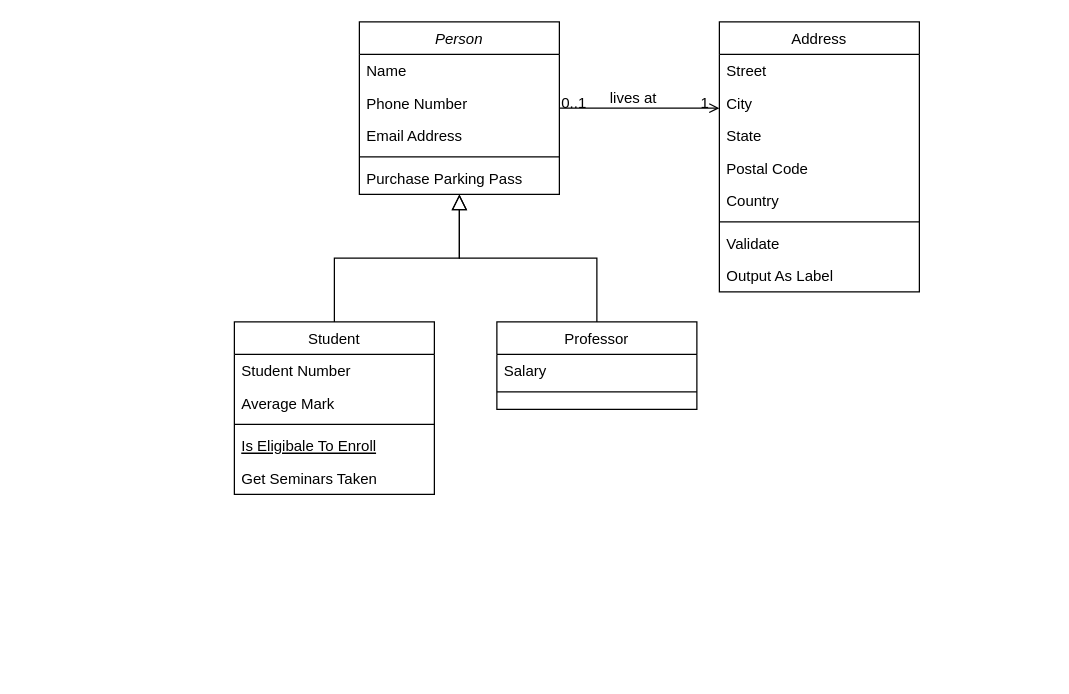
Earlier version of the draw.io diagram Untitled Diagram.drawio (ElyesECE/CarRental). Source tidied: cells renumbered, new cells numbered last; positions are measured from the earlier drawing's top-left corner, leaving out a move shared by most shapes. Both pictures are drawn from the tidied source at 125%, with x=0, y=0 at pixel (234, 21).
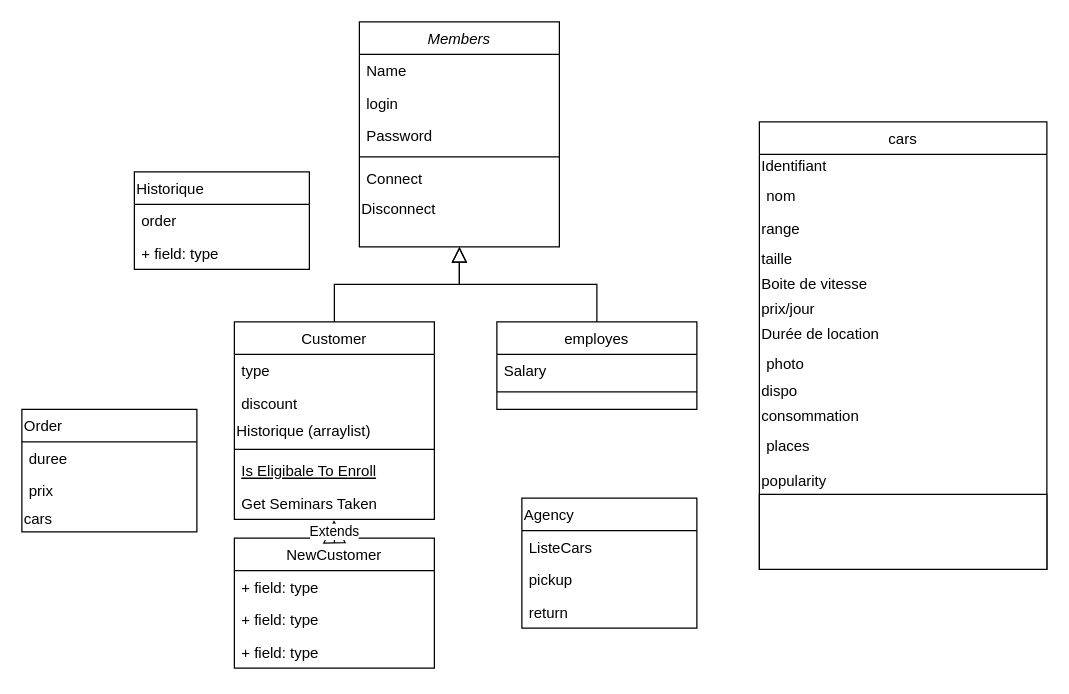
The same page after the edit.

Change to the diagram source:
```diff
@@
-    <mxCell id="2" value="Person" style="swimlane;fontStyle=2;align=center;verticalAlign=top;horizontal=1;startSize=26;rounded=0;shadow=0;strokeWidth=1;" parent="1" vertex="1">
-      <mxGeometry x="100" width="160" height="138" as="geometry" />
+    <mxCell id="2" value="Members" style="swimlane;fontStyle=2;align=center;verticalAlign=top;horizontal=1;startSize=26;rounded=0;shadow=0;strokeWidth=1;" parent="1" vertex="1">
+      <mxGeometry x="100" width="160" height="180" as="geometry" />
     </mxCell>
@@
-    <mxCell id="4" value="Phone Number" style="text;align=left;verticalAlign=top;spacingLeft=4;spacingRight=4;overflow=hidden;rounded=0;shadow=0;html=0;" parent="2" vertex="1">
+    <mxCell id="4" value="login" style="text;align=left;verticalAlign=top;spacingLeft=4;spacingRight=4;overflow=hidden;rounded=0;shadow=0;html=0;" parent="2" vertex="1">
       <mxGeometry y="52" width="160" height="26" as="geometry" />
     </mxCell>
-    <mxCell id="5" value="Email Address" style="text;align=left;verticalAlign=top;spacingLeft=4;spacingRight=4;overflow=hidden;rounded=0;shadow=0;html=0;" parent="2" vertex="1">
+    <mxCell id="5" value="Password" style="text;align=left;verticalAlign=top;spacingLeft=4;spacingRight=4;overflow=hidden;rounded=0;shadow=0;html=0;" parent="2" vertex="1">
       <mxGeometry y="78" width="160" height="26" as="geometry" />
     </mxCell>
@@
-    <mxCell id="7" value="Purchase Parking Pass" style="text;align=left;verticalAlign=top;spacingLeft=4;spacingRight=4;overflow=hidden;" parent="2" vertex="1">
-      <mxGeometry y="112" width="160" height="26" as="geometry" />
+    <mxCell id="7" value="Connect&#10;" style="text;align=left;verticalAlign=top;spacingLeft=4;spacingRight=4;overflow=hidden;" parent="2" vertex="1">
+      <mxGeometry y="112" width="160" height="28" as="geometry" />
     </mxCell>
+    <mxCell id="32" value="Disconnect" style="text;html=1;align=left;verticalAlign=middle;" parent="2" vertex="1">
+      <mxGeometry y="140" width="160" height="20" as="geometry" />
+    </mxCell>
-    <mxCell id="8" value="Student" style="swimlane;fontStyle=0;align=center;verticalAlign=top;horizontal=1;startSize=26;rounded=0;shadow=0;strokeWidth=1;" parent="1" vertex="1">
-      <mxGeometry y="240" width="160" height="138" as="geometry" />
+    <mxCell id="8" value="Customer" style="swimlane;fontStyle=0;align=center;verticalAlign=top;horizontal=1;startSize=26;rounded=0;shadow=0;strokeWidth=1;" parent="1" vertex="1">
+      <mxGeometry y="240" width="160" height="158" as="geometry" />
     </mxCell>
-    <mxCell id="9" value="Student Number" style="text;align=left;verticalAlign=top;spacingLeft=4;spacingRight=4;overflow=hidden;" parent="8" vertex="1">
+    <mxCell id="9" value="type" style="text;align=left;verticalAlign=top;spacingLeft=4;spacingRight=4;overflow=hidden;" parent="8" vertex="1">
       <mxGeometry y="26" width="160" height="26" as="geometry" />
     </mxCell>
-    <mxCell id="10" value="Average Mark" style="text;align=left;verticalAlign=top;spacingLeft=4;spacingRight=4;overflow=hidden;rounded=0;shadow=0;html=0;" parent="8" vertex="1">
+    <mxCell id="10" value="discount" style="text;align=left;verticalAlign=top;spacingLeft=4;spacingRight=4;overflow=hidden;rounded=0;shadow=0;html=0;" parent="8" vertex="1">
       <mxGeometry y="52" width="160" height="26" as="geometry" />
     </mxCell>
+    <mxCell id="33" value="Historique (arraylist)" style="text;html=1;strokeColor=none;fillColor=none;align=left;verticalAlign=middle;whiteSpace=wrap;rounded=0;" parent="8" vertex="1">
+      <mxGeometry y="78" width="160" height="20" as="geometry" />
+    </mxCell>
     <mxCell id="11" style="line;html=1;strokeWidth=1;align=left;verticalAlign=middle;spacingTop=-1;spacingLeft=3;spacingRight=3;labelPosition=right;" parent="8" vertex="1">
-      <mxGeometry y="78" width="160" height="8" as="geometry" />
+      <mxGeometry y="98" width="160" height="8" as="geometry" />
     </mxCell>
     <mxCell id="12" value="Is Eligibale To Enroll" style="text;align=left;verticalAlign=top;spacingLeft=4;spacingRight=4;overflow=hidden;fontStyle=4;" parent="8" vertex="1">
-      <mxGeometry y="86" width="160" height="26" as="geometry" />
+      <mxGeometry y="106" width="160" height="26" as="geometry" />
     </mxCell>
     <mxCell id="13" value="Get Seminars Taken" style="text;align=left;verticalAlign=top;spacingLeft=4;spacingRight=4;overflow=hidden;points=[[0,0.5],[1,0.5]];portConstraint=eastwest;" parent="8" vertex="1">
-      <mxGeometry y="112" width="160" height="26" as="geometry" />
+      <mxGeometry y="132" width="160" height="26" as="geometry" />
     </mxCell>
@@
-    <mxCell id="15" value="Professor" style="swimlane;fontStyle=0;align=center;verticalAlign=top;horizontal=1;startSize=26;rounded=0;shadow=0;strokeWidth=1;" parent="1" vertex="1">
+    <mxCell id="15" value="employes" style="swimlane;fontStyle=0;align=center;verticalAlign=top;horizontal=1;startSize=26;rounded=0;shadow=0;strokeWidth=1;" parent="1" vertex="1">
       <mxGeometry x="210" y="240" width="160" height="70" as="geometry" />
     </mxCell>
@@
-    <mxCell id="19" value="Address" style="swimlane;fontStyle=0;align=center;verticalAlign=top;horizontal=1;startSize=26;rounded=0;shadow=0;strokeWidth=1;" parent="1" vertex="1">
-      <mxGeometry x="388" width="160" height="216" as="geometry" />
-    </mxCell>
-    <mxCell id="20" value="Street" style="text;align=left;verticalAlign=top;spacingLeft=4;spacingRight=4;overflow=hidden;" parent="19" vertex="1">
-      <mxGeometry y="26" width="160" height="26" as="geometry" />
-    </mxCell>
-    <mxCell id="21" value="City" style="text;align=left;verticalAlign=top;spacingLeft=4;spacingRight=4;overflow=hidden;rounded=0;shadow=0;html=0;" parent="19" vertex="1">
-      <mxGeometry y="52" width="160" height="26" as="geometry" />
-    </mxCell>
-    <mxCell id="22" value="State" style="text;align=left;verticalAlign=top;spacingLeft=4;spacingRight=4;overflow=hidden;rounded=0;shadow=0;html=0;" parent="19" vertex="1">
-      <mxGeometry y="78" width="160" height="26" as="geometry" />
-    </mxCell>
-    <mxCell id="23" value="Postal Code" style="text;align=left;verticalAlign=top;spacingLeft=4;spacingRight=4;overflow=hidden;rounded=0;shadow=0;html=0;" parent="19" vertex="1">
-      <mxGeometry y="104" width="160" height="26" as="geometry" />
-    </mxCell>
-    <mxCell id="24" value="Country" style="text;align=left;verticalAlign=top;spacingLeft=4;spacingRight=4;overflow=hidden;rounded=0;shadow=0;html=0;" parent="19" vertex="1">
-      <mxGeometry y="130" width="160" height="26" as="geometry" />
-    </mxCell>
-    <mxCell id="25" style="line;html=1;strokeWidth=1;align=left;verticalAlign=middle;spacingTop=-1;spacingLeft=3;spacingRight=3;labelPosition=right;" parent="19" vertex="1">
-      <mxGeometry y="156" width="160" height="8" as="geometry" />
-    </mxCell>
-    <mxCell id="26" value="Validate" style="text;align=left;verticalAlign=top;spacingLeft=4;spacingRight=4;overflow=hidden;" parent="19" vertex="1">
-      <mxGeometry y="164" width="160" height="26" as="geometry" />
-    </mxCell>
-    <mxCell id="27" value="Output As Label" style="text;align=left;verticalAlign=top;spacingLeft=4;spacingRight=4;overflow=hidden;" parent="19" vertex="1">
-      <mxGeometry y="190" width="160" height="26" as="geometry" />
-    </mxCell>
-    <mxCell id="28" style="endArrow=open;shadow=0;strokeWidth=1;rounded=0;endFill=1;edgeStyle=elbowEdgeStyle;elbow=vertical;" parent="1" edge="1" source="2" target="19">
-      <mxGeometry x="0.5" y="41" relative="1" as="geometry">
-        <mxPoint x="-40" y="32" as="offset" />
-      </mxGeometry>
-    </mxCell>
-    <mxCell id="29" value="0..1" style="align=left;verticalAlign=bottom;labelBackgroundColor=none;fontSize=12;" parent="28" vertex="1">
-      <mxGeometry x="-1" relative="1" as="geometry">
-        <mxPoint y="4" as="offset" />
-      </mxGeometry>
-    </mxCell>
-    <mxCell id="30" value="1" style="align=right;verticalAlign=bottom;labelBackgroundColor=none;fontSize=12;" parent="28" vertex="1">
-      <mxGeometry x="1" relative="1" as="geometry">
-        <mxPoint x="-7" y="4" as="offset" />
-      </mxGeometry>
-    </mxCell>
-    <mxCell id="31" value="lives at" style="text;html=1;align=center;verticalAlign=middle;labelBackgroundColor=none;rounded=0;shadow=0;strokeWidth=1;fontSize=12;" parent="28" vertex="1">
-      <mxGeometry x="0.5" y="49" relative="1" as="geometry">
-        <mxPoint x="-38" y="40" as="offset" />
-      </mxGeometry>
-    </mxCell>
+    <mxCell id="34" value="NewCustomer" style="swimlane;fontStyle=0;horizontal=1;startSize=26;fillColor=none;" parent="1" vertex="1">
+      <mxGeometry y="413" width="160" height="104" as="geometry" />
+    </mxCell>
+    <mxCell id="35" value="+ field: type" style="text;strokeColor=none;fillColor=none;align=left;verticalAlign=top;spacingLeft=4;spacingRight=4;overflow=hidden;" parent="34" vertex="1">
+      <mxGeometry y="26" width="160" height="26" as="geometry" />
+    </mxCell>
+    <mxCell id="36" value="+ field: type" style="text;strokeColor=none;fillColor=none;align=left;verticalAlign=top;spacingLeft=4;spacingRight=4;overflow=hidden;" parent="34" vertex="1">
+      <mxGeometry y="52" width="160" height="26" as="geometry" />
+    </mxCell>
+    <mxCell id="37" value="+ field: type" style="text;strokeColor=none;fillColor=none;align=left;verticalAlign=top;spacingLeft=4;spacingRight=4;overflow=hidden;" parent="34" vertex="1">
+      <mxGeometry y="78" width="160" height="26" as="geometry" />
+    </mxCell>
+    <mxCell id="38" value="Extends" style="endArrow=block;endSize=16;endFill=0;html=1;entryX=0.498;entryY=1.023;entryDx=0;entryDy=0;entryPerimeter=0;exitX=0.5;exitY=0;exitDx=0;exitDy=0;" parent="1" edge="1" source="34" target="13">
+      <mxGeometry x="-0.25" relative="1" as="geometry" />
+    </mxCell>
+    <mxCell id="39" value="cars" style="swimlane;fontStyle=0;horizontal=1;startSize=26;fillColor=none;" parent="1" vertex="1">
+      <mxGeometry x="420" y="80" width="230" height="358" as="geometry" />
+    </mxCell>
+    <mxCell id="40" value="Identifiant" style="text;html=1;strokeColor=none;fillColor=none;align=left;verticalAlign=middle;whiteSpace=wrap;rounded=0;" parent="39" vertex="1">
+      <mxGeometry y="26" width="230" height="20" as="geometry" />
+    </mxCell>
+    <mxCell id="41" value="nom" style="text;strokeColor=none;fillColor=none;align=left;verticalAlign=top;spacingLeft=4;spacingRight=4;overflow=hidden;" parent="39" vertex="1">
+      <mxGeometry y="46" width="230" height="26" as="geometry" />
+    </mxCell>
+    <mxCell id="42" value="range" style="text;html=1;strokeColor=none;fillColor=none;align=left;verticalAlign=middle;whiteSpace=wrap;rounded=0;" parent="39" vertex="1">
+      <mxGeometry y="72" width="230" height="28" as="geometry" />
+    </mxCell>
+    <mxCell id="43" value="taille" style="text;html=1;strokeColor=none;fillColor=none;align=left;verticalAlign=middle;whiteSpace=wrap;rounded=0;" parent="39" vertex="1">
+      <mxGeometry y="100" width="230" height="20" as="geometry" />
+    </mxCell>
+    <mxCell id="44" value="Boite de vitesse" style="text;html=1;strokeColor=none;fillColor=none;align=left;verticalAlign=middle;whiteSpace=wrap;rounded=0;" parent="39" vertex="1">
+      <mxGeometry y="120" width="230" height="20" as="geometry" />
+    </mxCell>
+    <mxCell id="45" value="prix/jour" style="text;html=1;strokeColor=none;fillColor=none;align=left;verticalAlign=middle;whiteSpace=wrap;rounded=0;" parent="39" vertex="1">
+      <mxGeometry y="140" width="230" height="20" as="geometry" />
+    </mxCell>
+    <mxCell id="46" value="Durée de location" style="text;html=1;strokeColor=none;fillColor=none;align=left;verticalAlign=middle;whiteSpace=wrap;rounded=0;" parent="39" vertex="1">
+      <mxGeometry y="160" width="230" height="20" as="geometry" />
+    </mxCell>
+    <mxCell id="47" value="photo" style="text;strokeColor=none;fillColor=none;align=left;verticalAlign=top;spacingLeft=4;spacingRight=4;overflow=hidden;" parent="39" vertex="1">
+      <mxGeometry y="180" width="230" height="26" as="geometry" />
+    </mxCell>
+    <mxCell id="48" value="dispo" style="text;html=1;strokeColor=none;fillColor=none;align=left;verticalAlign=middle;whiteSpace=wrap;rounded=0;" parent="39" vertex="1">
+      <mxGeometry y="206" width="230" height="20" as="geometry" />
+    </mxCell>
+    <mxCell id="49" value="consommation" style="text;html=1;strokeColor=none;fillColor=none;align=left;verticalAlign=middle;whiteSpace=wrap;rounded=0;" parent="39" vertex="1">
+      <mxGeometry y="226" width="230" height="20" as="geometry" />
+    </mxCell>
+    <mxCell id="50" value="places&#10;" style="text;strokeColor=none;fillColor=none;align=left;verticalAlign=top;spacingLeft=4;spacingRight=4;overflow=hidden;" parent="39" vertex="1">
+      <mxGeometry y="246" width="230" height="32" as="geometry" />
+    </mxCell>
+    <mxCell id="51" value="popularity" style="text;html=1;strokeColor=none;fillColor=none;align=left;verticalAlign=middle;whiteSpace=wrap;rounded=0;" parent="39" vertex="1">
+      <mxGeometry y="278" width="230" height="20" as="geometry" />
+    </mxCell>
+    <mxCell id="52" style="rounded=0;whiteSpace=wrap;html=1;" parent="39" vertex="1">
+      <mxGeometry y="298" width="230" height="60" as="geometry" />
+    </mxCell>
+    <mxCell id="53" value="Agency" style="swimlane;fontStyle=0;horizontal=1;startSize=26;fillColor=none;align=left;" parent="1" vertex="1">
+      <mxGeometry x="230" y="381" width="140" height="104" as="geometry" />
+    </mxCell>
+    <mxCell id="54" value="ListeCars" style="text;strokeColor=none;fillColor=none;align=left;verticalAlign=top;spacingLeft=4;spacingRight=4;overflow=hidden;" parent="53" vertex="1">
+      <mxGeometry y="26" width="140" height="26" as="geometry" />
+    </mxCell>
+    <mxCell id="55" value="pickup" style="text;strokeColor=none;fillColor=none;align=left;verticalAlign=top;spacingLeft=4;spacingRight=4;overflow=hidden;" parent="53" vertex="1">
+      <mxGeometry y="52" width="140" height="26" as="geometry" />
+    </mxCell>
+    <mxCell id="56" value="return" style="text;strokeColor=none;fillColor=none;align=left;verticalAlign=top;spacingLeft=4;spacingRight=4;overflow=hidden;" parent="53" vertex="1">
+      <mxGeometry y="78" width="140" height="26" as="geometry" />
+    </mxCell>
+    <mxCell id="57" value="Order" style="swimlane;fontStyle=0;horizontal=1;startSize=26;fillColor=none;align=left;" parent="1" vertex="1">
+      <mxGeometry x="-170" y="310" width="140" height="98" as="geometry" />
+    </mxCell>
+    <mxCell id="58" value="duree" style="text;strokeColor=none;fillColor=none;align=left;verticalAlign=top;spacingLeft=4;spacingRight=4;overflow=hidden;" parent="57" vertex="1">
+      <mxGeometry y="26" width="140" height="26" as="geometry" />
+    </mxCell>
+    <mxCell id="59" value="prix" style="text;strokeColor=none;fillColor=none;align=left;verticalAlign=top;spacingLeft=4;spacingRight=4;overflow=hidden;" parent="57" vertex="1">
+      <mxGeometry y="52" width="140" height="26" as="geometry" />
+    </mxCell>
+    <mxCell id="60" value="cars" style="text;html=1;strokeColor=none;fillColor=none;align=left;verticalAlign=middle;whiteSpace=wrap;rounded=0;" parent="57" vertex="1">
+      <mxGeometry y="78" width="140" height="20" as="geometry" />
+    </mxCell>
+    <mxCell id="61" value="Historique" style="swimlane;fontStyle=0;horizontal=1;startSize=26;fillColor=none;align=left;" parent="1" vertex="1">
+      <mxGeometry x="-80" y="120" width="140" height="78" as="geometry" />
+    </mxCell>
+    <mxCell id="62" value="order" style="text;strokeColor=none;fillColor=none;align=left;verticalAlign=top;spacingLeft=4;spacingRight=4;overflow=hidden;" parent="61" vertex="1">
+      <mxGeometry y="26" width="140" height="26" as="geometry" />
+    </mxCell>
+    <mxCell id="63" value="+ field: type" style="text;strokeColor=none;fillColor=none;align=left;verticalAlign=top;spacingLeft=4;spacingRight=4;overflow=hidden;" parent="61" vertex="1">
+      <mxGeometry y="52" width="140" height="26" as="geometry" />
+    </mxCell>
```
